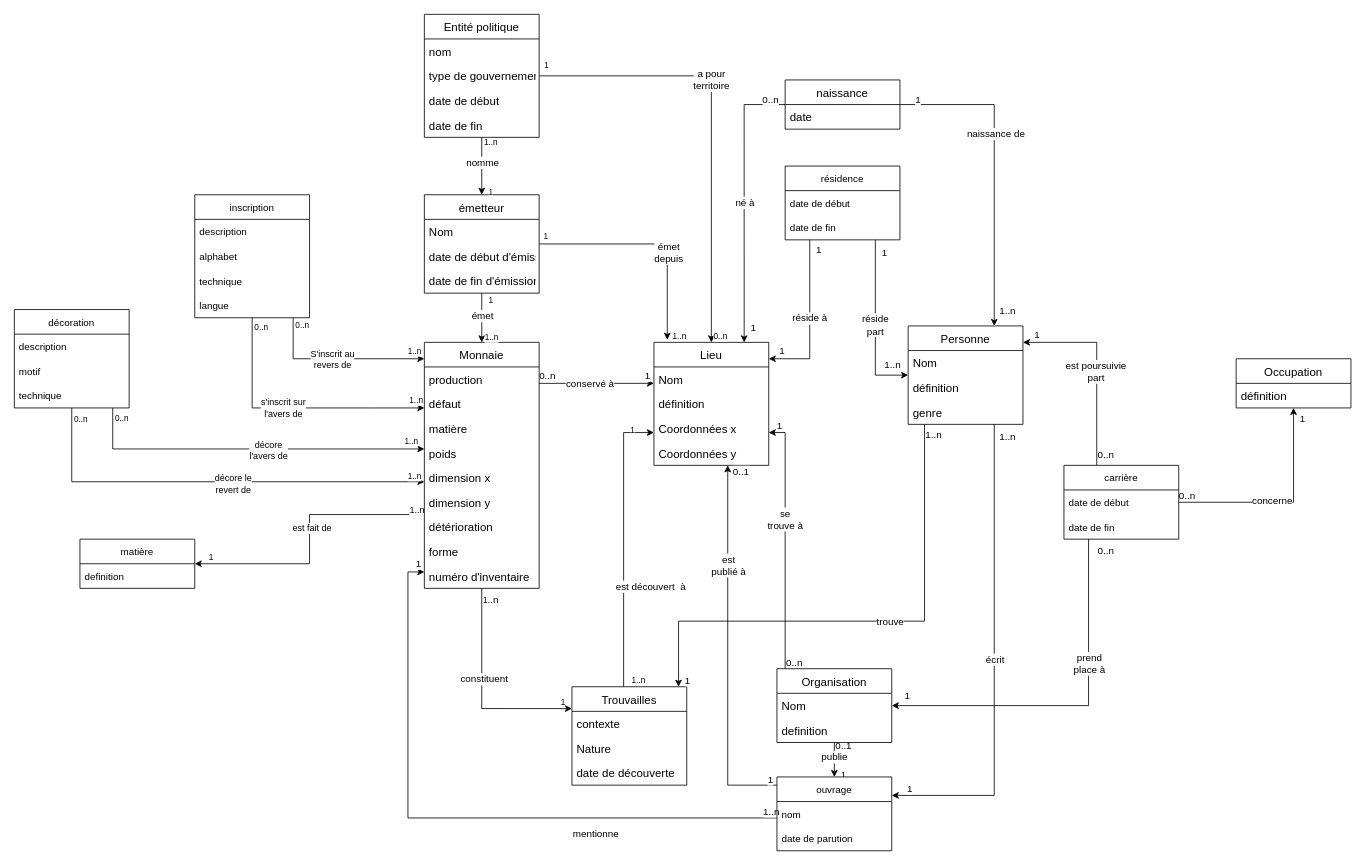
Before: Diagramme_conceptuel_monnaie.drawio in Ardwark/UNINE_Humanite_Numerique, a draw.io diagram. Source tidied: cells renumbered, new cells numbered last; positions are measured from the earlier drawing's top-left corner, leaving out a move shared by most shapes. Both pictures are drawn from the tidied source at 82%, with x=0, y=0 at pixel (14, 14).
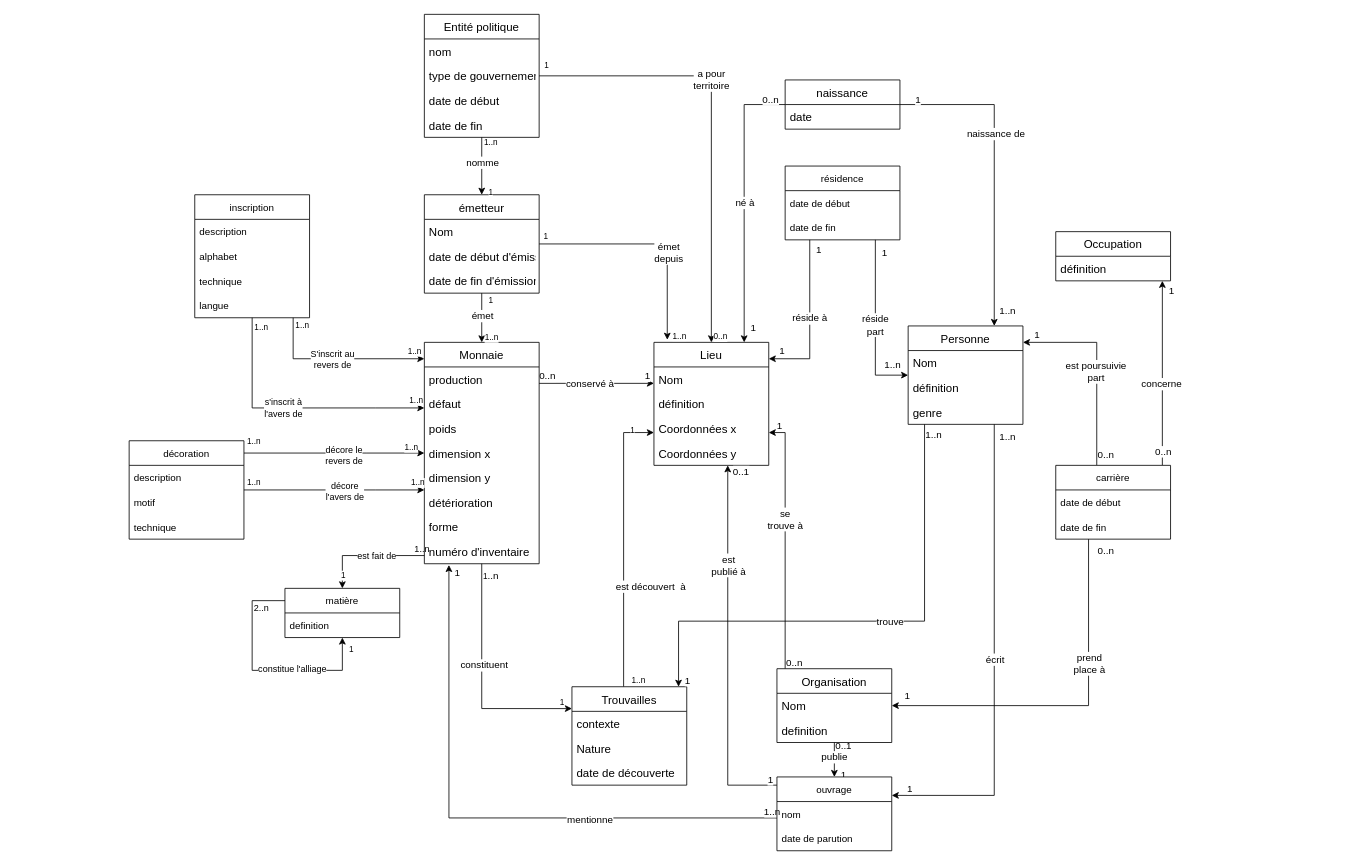
After the change.

Commit message:
Mettre à jour Diagramme_conceptuel_monnaie.drawio

Unchanged cells that the change refers to:
```xml
<mxCell id="105" value="ouvrage" style="swimlane;fontStyle=0;horizontal=1;startSize=30;labelBackgroundColor=default;fontSize=12;html=0;" parent="1" vertex="1">
  <mxGeometry x="930" y="930" width="140" height="90" as="geometry" />
</mxCell>
<mxCell id="146" style="edgeStyle=orthogonalEdgeStyle;rounded=0;jettySize=auto;html=1;" parent="1" edge="1" source="154" target="41">
  <mxGeometry relative="1" as="geometry">
    <Array as="points">
      <mxPoint x="440" y="480" />
      <mxPoint x="440" y="480" />
    </Array>
  </mxGeometry>
</mxCell>
<mxCell id="150" style="edgeStyle=orthogonalEdgeStyle;rounded=0;jettySize=auto;html=1;" parent="1" edge="1" source="154" target="41">
  <mxGeometry relative="1" as="geometry">
    <Array as="points">
      <mxPoint x="340" y="420" />
    </Array>
  </mxGeometry>
</mxCell>
```

Change to the diagram source:
```diff
@@
     <mxCell id="27" value="Occupation" style="swimlane;fontStyle=0;horizontal=1;startSize=30;fontSize=14;" parent="1" vertex="1">
-      <mxGeometry x="1490" y="420" width="140" height="60" as="geometry" />
+      <mxGeometry x="1270" y="265" width="140" height="60" as="geometry" />
     </mxCell>
@@
     <mxCell id="37" style="edgeStyle=orthogonalEdgeStyle;rounded=0;jettySize=auto;html=1;" parent="1" edge="1" source="41" target="159">
       <mxGeometry relative="1" as="geometry">
         <Array as="points">
-          <mxPoint x="360" y="610" />
-          <mxPoint x="360" y="670" />
+          <mxPoint x="400" y="660" />
         </Array>
       </mxGeometry>
     </mxCell>
     <mxCell id="38" value="est fait de" style="edgeLabel;html=1;align=center;verticalAlign=middle;" parent="37" vertex="1">
-      <mxGeometry x="-0.08" y="2" relative="1" as="geometry" />
+      <mxGeometry x="-0.08" y="2" relative="1" as="geometry">
+        <mxPoint x="5" y="-2" as="offset" />
+      </mxGeometry>
     </mxCell>
+    <mxCell id="40" value="1" style="edgeLabel;html=1;align=center;verticalAlign=bottom;fontSize=10;" parent="37" vertex="1">
+      <mxGeometry x="0.89" relative="1" as="geometry" />
+    </mxCell>
     <mxCell id="39" value="1..n" style="edgeLabel;html=1;align=center;verticalAlign=bottom;" parent="37" vertex="1">
-      <mxGeometry x="-0.94" y="2" relative="1" as="geometry" />
+      <mxGeometry x="-0.94" y="2" relative="1" as="geometry">
+        <mxPoint y="-2" as="offset" />
+      </mxGeometry>
     </mxCell>
-    <mxCell id="40" value="1" style="edgeLabel;html=1;align=center;verticalAlign=bottom;fontSize=10;" parent="37" vertex="1">
-      <mxGeometry x="0.89" relative="1" as="geometry" />
-    </mxCell>
     <mxCell id="41" value="Monnaie" style="swimlane;fontStyle=0;horizontal=1;startSize=30;fontSize=14;" parent="1" vertex="1">
-      <mxGeometry x="500" y="400" width="140" height="300" as="geometry" />
+      <mxGeometry x="500" y="400" width="140" height="270" as="geometry" />
     </mxCell>
@@
-    <mxCell id="44" value="matière" style="text;strokeColor=none;fillColor=none;align=left;verticalAlign=middle;spacingLeft=4;spacingRight=4;overflow=hidden;fontSize=14;" parent="41" vertex="1">
-      <mxGeometry y="90" width="140" height="30" as="geometry" />
-    </mxCell>
     <mxCell id="45" value="poids" style="text;strokeColor=none;fillColor=none;align=left;verticalAlign=middle;spacingLeft=4;spacingRight=4;overflow=hidden;fontSize=14;" parent="41" vertex="1">
-      <mxGeometry y="120" width="140" height="30" as="geometry" />
+      <mxGeometry y="90" width="140" height="30" as="geometry" />
     </mxCell>
     <mxCell id="46" value="dimension x" style="text;strokeColor=none;fillColor=none;align=left;verticalAlign=middle;spacingLeft=4;spacingRight=4;overflow=hidden;fontSize=14;" parent="41" vertex="1">
-      <mxGeometry y="150" width="140" height="30" as="geometry" />
+      <mxGeometry y="120" width="140" height="30" as="geometry" />
     </mxCell>
     <mxCell id="47" value="dimension y" style="text;strokeColor=none;fillColor=none;align=left;verticalAlign=middle;spacingLeft=4;spacingRight=4;overflow=hidden;fontSize=14;" parent="41" vertex="1">
-      <mxGeometry y="180" width="140" height="30" as="geometry" />
+      <mxGeometry y="150" width="140" height="30" as="geometry" />
     </mxCell>
     <mxCell id="48" value="détérioration" style="text;strokeColor=none;fillColor=none;align=left;verticalAlign=middle;spacingLeft=4;spacingRight=4;overflow=hidden;fontSize=14;" parent="41" vertex="1">
-      <mxGeometry y="210" width="140" height="30" as="geometry" />
+      <mxGeometry y="180" width="140" height="30" as="geometry" />
     </mxCell>
     <mxCell id="49" value="forme" style="text;strokeColor=none;fillColor=none;align=left;verticalAlign=middle;spacingLeft=4;spacingRight=4;overflow=hidden;fontSize=14;" parent="41" vertex="1">
-      <mxGeometry y="240" width="140" height="30" as="geometry" />
+      <mxGeometry y="210" width="140" height="30" as="geometry" />
     </mxCell>
     <mxCell id="50" value="numéro d'inventaire" style="text;strokeColor=none;fillColor=none;align=left;verticalAlign=middle;spacingLeft=4;spacingRight=4;overflow=hidden;points=[[0,0.5],[1,0.5]];portConstraint=eastwest;fontSize=14;" parent="41" vertex="1">
-      <mxGeometry y="270" width="140" height="30" as="geometry" />
+      <mxGeometry y="240" width="140" height="30" as="geometry" />
     </mxCell>
@@
-    <mxCell id="97" style="edgeStyle=orthogonalEdgeStyle;rounded=0;jettySize=auto;html=1;fontSize=12;" parent="1" edge="1" source="105">
+    <mxCell id="97" style="edgeStyle=orthogonalEdgeStyle;rounded=0;jettySize=auto;html=1;fontSize=12;entryX=0.214;entryY=1.05;entryDx=0;entryDy=0;entryPerimeter=0;" parent="1" edge="1" source="105" target="50">
       <mxGeometry relative="1" as="geometry">
-        <mxPoint x="500" y="680" as="targetPoint" />
         <Array as="points">
-          <mxPoint x="480" y="980" />
-          <mxPoint x="480" y="680" />
+          <mxPoint x="530" y="980" />
         </Array>
       </mxGeometry>
     </mxCell>
     <mxCell id="98" value="mentionne" style="edgeLabel;html=1;align=center;verticalAlign=middle;fontSize=12;" parent="97" vertex="1">
       <mxGeometry x="-0.17" relative="1" as="geometry">
-        <mxPoint x="98" y="19" as="offset" />
+        <mxPoint x="65" y="2" as="offset" />
       </mxGeometry>
     </mxCell>
@@
     <mxCell id="100" value="1" style="edgeLabel;html=1;align=center;verticalAlign=bottom;fontSize=12;" parent="97" vertex="1">
-      <mxGeometry x="0.98" y="1" relative="1" as="geometry" />
+      <mxGeometry x="0.98" y="1" relative="1" as="geometry">
+        <mxPoint x="11" y="10" as="offset" />
+      </mxGeometry>
     </mxCell>
@@
     <mxCell id="116" style="edgeStyle=orthogonalEdgeStyle;rounded=0;jettySize=auto;html=1;fontSize=12;" parent="1" edge="1" source="120" target="27">
-      <mxGeometry relative="1" as="geometry" />
+      <mxGeometry relative="1" as="geometry">
+        <Array as="points">
+          <mxPoint x="1400" y="450" />
+          <mxPoint x="1400" y="450" />
+        </Array>
+      </mxGeometry>
     </mxCell>
@@
     <mxCell id="120" value="carrière" style="swimlane;fontStyle=0;horizontal=1;startSize=30;labelBackgroundColor=default;fontSize=12;html=0;" parent="1" vertex="1">
-      <mxGeometry x="1280" y="550" width="140" height="90" as="geometry" />
+      <mxGeometry x="1270" y="550" width="140" height="90" as="geometry" />
     </mxCell>
@@
     <mxCell id="134" style="edgeStyle=orthogonalEdgeStyle;rounded=0;jettySize=auto;html=1;" parent="1" edge="1" source="142" target="41">
       <mxGeometry relative="1" as="geometry">
         <Array as="points">
-          <mxPoint x="120" y="530" />
+          <mxPoint x="440" y="580" />
+          <mxPoint x="440" y="580" />
         </Array>
       </mxGeometry>
     </mxCell>
@@
-    <mxCell id="136" value="0..n" style="edgeLabel;html=1;align=center;verticalAlign=middle;fontSize=10;" parent="134" vertex="1">
+    <mxCell id="136" value="1..n" style="edgeLabel;html=1;align=center;verticalAlign=middle;fontSize=10;" parent="134" vertex="1">
       <mxGeometry x="-0.95" y="-1" relative="1" as="geometry">
-        <mxPoint x="11" as="offset" />
+        <mxPoint x="5" y="-11" as="offset" />
       </mxGeometry>
     </mxCell>
@@
-    <mxCell id="138" style="edgeStyle=orthogonalEdgeStyle;rounded=0;jettySize=auto;html=1;" parent="1" edge="1" source="142" target="41">
+    <mxCell id="138" style="edgeStyle=orthogonalEdgeStyle;rounded=0;jettySize=auto;html=1;exitX=1;exitY=0.125;exitDx=0;exitDy=0;exitPerimeter=0;" parent="1" edge="1" source="142" target="41">
       <mxGeometry relative="1" as="geometry">
         <Array as="points">
-          <mxPoint x="70" y="570" />
+          <mxPoint x="430" y="535" />
+          <mxPoint x="430" y="535" />
         </Array>
       </mxGeometry>
     </mxCell>
-    <mxCell id="139" value="&lt;div&gt;décore le&lt;/div&gt;&lt;div&gt;revert de&lt;br&gt;&lt;/div&gt;" style="edgeLabel;html=1;align=center;verticalAlign=middle;" parent="138" vertex="1">
+    <mxCell id="139" value="&lt;div&gt;décore le&lt;/div&gt;&lt;div&gt;revers de&lt;br&gt;&lt;/div&gt;" style="edgeLabel;html=1;align=center;verticalAlign=middle;" parent="138" vertex="1">
       <mxGeometry x="0.1" y="-2" relative="1" as="geometry" />
     </mxCell>
-    <mxCell id="140" value="0..n" style="edgeLabel;html=1;align=center;verticalAlign=middle;fontSize=10;" parent="138" vertex="1">
+    <mxCell id="140" value="1..n" style="edgeLabel;html=1;align=center;verticalAlign=middle;fontSize=10;" parent="138" vertex="1">
       <mxGeometry x="-0.95" y="-2" relative="1" as="geometry">
-        <mxPoint x="12" as="offset" />
+        <mxPoint x="5" y="-17" as="offset" />
       </mxGeometry>
     </mxCell>
     <mxCell id="141" value="1..n" style="edgeLabel;html=1;align=center;verticalAlign=bottom;fontSize=10;" parent="138" vertex="1">
-      <mxGeometry x="0.95" y="-1" relative="1" as="geometry" />
+      <mxGeometry x="0.95" y="-1" relative="1" as="geometry">
+        <mxPoint x="-12" as="offset" />
+      </mxGeometry>
     </mxCell>
     <mxCell id="142" value="décoration" style="swimlane;fontStyle=0;horizontal=1;startSize=30;" parent="1" vertex="1">
-      <mxGeometry y="360" width="140" height="120" as="geometry" />
+      <mxGeometry x="140" y="520" width="140" height="120" as="geometry" />
     </mxCell>
@@
-    <mxCell id="147" value="&lt;div&gt;s'inscrit sur &lt;br&gt;&lt;/div&gt;&lt;div&gt;l'avers de&lt;br&gt;&lt;/div&gt;" style="edgeLabel;html=1;align=center;verticalAlign=middle;" parent="146" vertex="1">
+    <mxCell id="147" value="&lt;div&gt;s'inscrit à &lt;br&gt;&lt;/div&gt;&lt;div&gt;l'avers de&lt;br&gt;&lt;/div&gt;" style="edgeLabel;html=1;align=center;verticalAlign=middle;" parent="146" vertex="1">
       <mxGeometry x="-0.08" y="1" relative="1" as="geometry" />
     </mxCell>
-    <mxCell id="148" value="0..n" style="edgeLabel;html=1;align=center;verticalAlign=middle;fontSize=10;" parent="146" vertex="1">
+    <mxCell id="148" value="1..n" style="edgeLabel;html=1;align=center;verticalAlign=middle;fontSize=10;" parent="146" vertex="1">
       <mxGeometry x="-0.93" relative="1" as="geometry">
         <mxPoint x="10" as="offset" />
       </mxGeometry>
     </mxCell>
@@
-    <mxCell id="152" value="0..n" style="edgeLabel;html=1;align=center;verticalAlign=middle;fontSize=10;" parent="150" vertex="1">
+    <mxCell id="152" value="1..n" style="edgeLabel;html=1;align=center;verticalAlign=middle;fontSize=10;" parent="150" vertex="1">
       <mxGeometry x="-0.92" relative="1" as="geometry">
         <mxPoint x="10" as="offset" />
       </mxGeometry>
     </mxCell>
@@
     <mxCell id="159" value="matière" style="swimlane;fontStyle=0;horizontal=1;startSize=30;" parent="1" vertex="1">
-      <mxGeometry x="80" y="640" width="140" height="60" as="geometry" />
+      <mxGeometry x="330" y="700" width="140" height="60" as="geometry" />
     </mxCell>
@@
+    <mxCell id="161" style="edgeStyle=orthogonalEdgeStyle;rounded=0;orthogonalLoop=1;jettySize=auto;html=1;exitX=0;exitY=0.25;exitDx=0;exitDy=0;entryX=0.5;entryY=1;entryDx=0;entryDy=0;" parent="1" edge="1" source="159" target="159">
+      <mxGeometry relative="1" as="geometry">
+        <Array as="points">
+          <mxPoint x="290" y="715" />
+          <mxPoint x="290" y="800" />
+          <mxPoint x="400" y="800" />
+        </Array>
+      </mxGeometry>
+    </mxCell>
+    <mxCell id="162" value="constitue l'alliage" style="edgeLabel;html=1;align=center;verticalAlign=middle;" parent="161" vertex="1">
+      <mxGeometry x="-0.08" y="2" relative="1" as="geometry">
+        <mxPoint x="46" as="offset" />
+      </mxGeometry>
+    </mxCell>
+    <mxCell id="163" value="1" style="edgeLabel;html=1;align=center;verticalAlign=bottom;fontSize=10;" parent="161" vertex="1">
+      <mxGeometry x="0.89" relative="1" as="geometry">
+        <mxPoint x="10" y="7" as="offset" />
+      </mxGeometry>
+    </mxCell>
+    <mxCell id="164" value="2..n" style="edgeLabel;html=1;align=center;verticalAlign=bottom;" parent="161" vertex="1">
+      <mxGeometry x="-0.94" y="2" relative="1" as="geometry">
+        <mxPoint x="-22" y="15" as="offset" />
+      </mxGeometry>
+    </mxCell>
```
